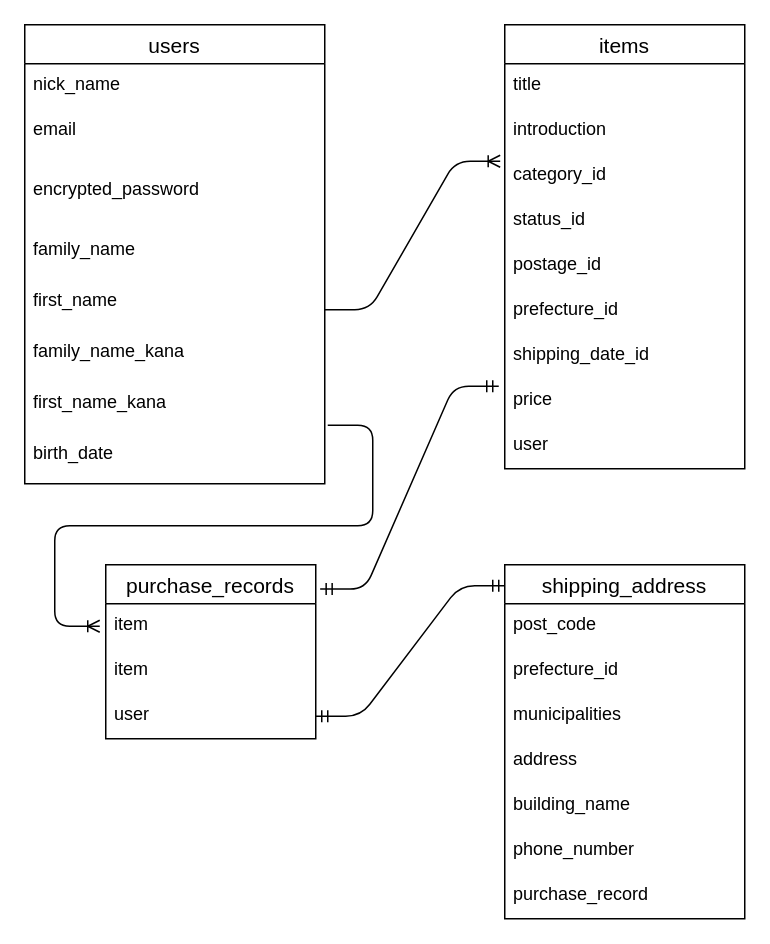
Before: furima.dio in hiroki0602/furima-37865, a draw.io diagram. Source tidied: cells renumbered, new cells numbered last; positions are measured from the earlier drawing's top-left corner, leaving out a move shared by most shapes. Both pictures are drawn from the tidied source at 150%, with x=0, y=0 at pixel (24, 24).
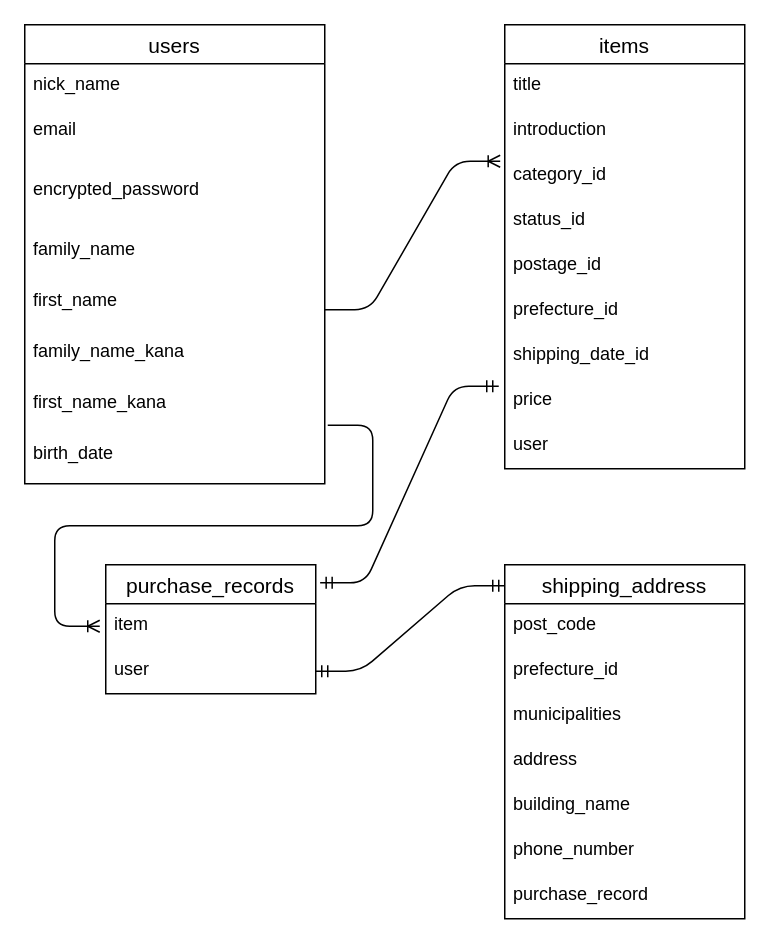
After the change.

Diff of the diagram source:
```diff
@@
     <mxCell id="21" value="purchase_records" style="swimlane;fontStyle=0;horizontal=1;startSize=26;align=center;fontSize=14;" parent="1" vertex="1">
-      <mxGeometry x="54" y="360" width="140" height="116" as="geometry" />
+      <mxGeometry x="54" y="360" width="140" height="86" as="geometry" />
     </mxCell>
@@
-    <mxCell id="23" value="item" style="text;strokeColor=none;fillColor=none;spacingLeft=4;spacingRight=4;overflow=hidden;fontSize=12;" parent="21" vertex="1">
-      <mxGeometry y="56" width="140" height="30" as="geometry" />
-    </mxCell>
     <mxCell id="24" value="user&#10;" style="text;strokeColor=none;fillColor=none;spacingLeft=4;spacingRight=4;overflow=hidden;points=[[0,0.5],[1,0.5]];portConstraint=eastwest;fontSize=12;" parent="21" vertex="1">
-      <mxGeometry y="86" width="140" height="30" as="geometry" />
+      <mxGeometry y="56" width="140" height="30" as="geometry" />
     </mxCell>
```
